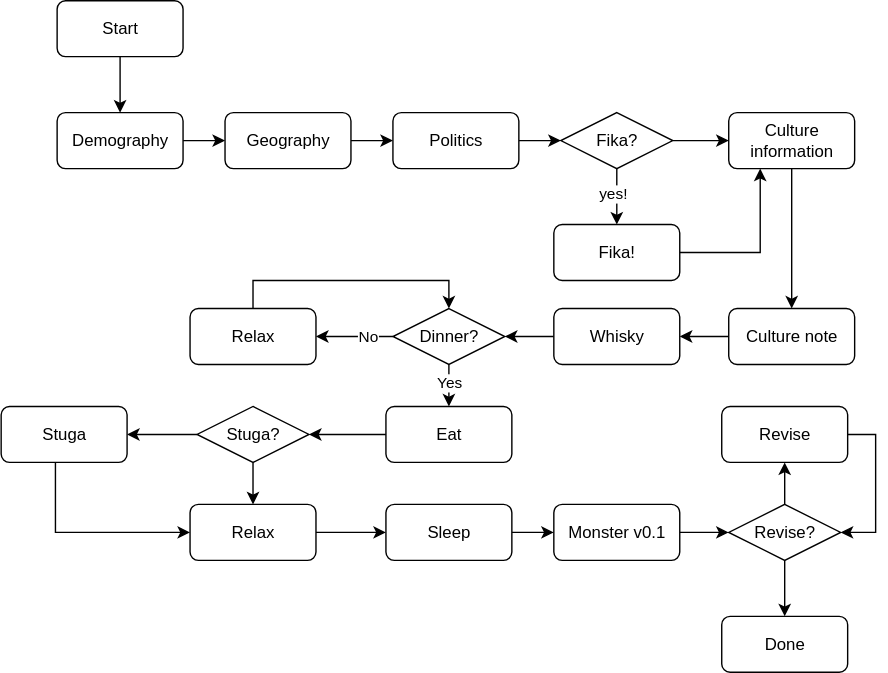
This is Scotland.drawio.svg from phraez/regina_flows, a draw.io export, as it was before one commit. Source tidied: cells renumbered, new cells last; positions are measured from the earlier drawing's top-left corner, leaving out a move shared by most shapes.
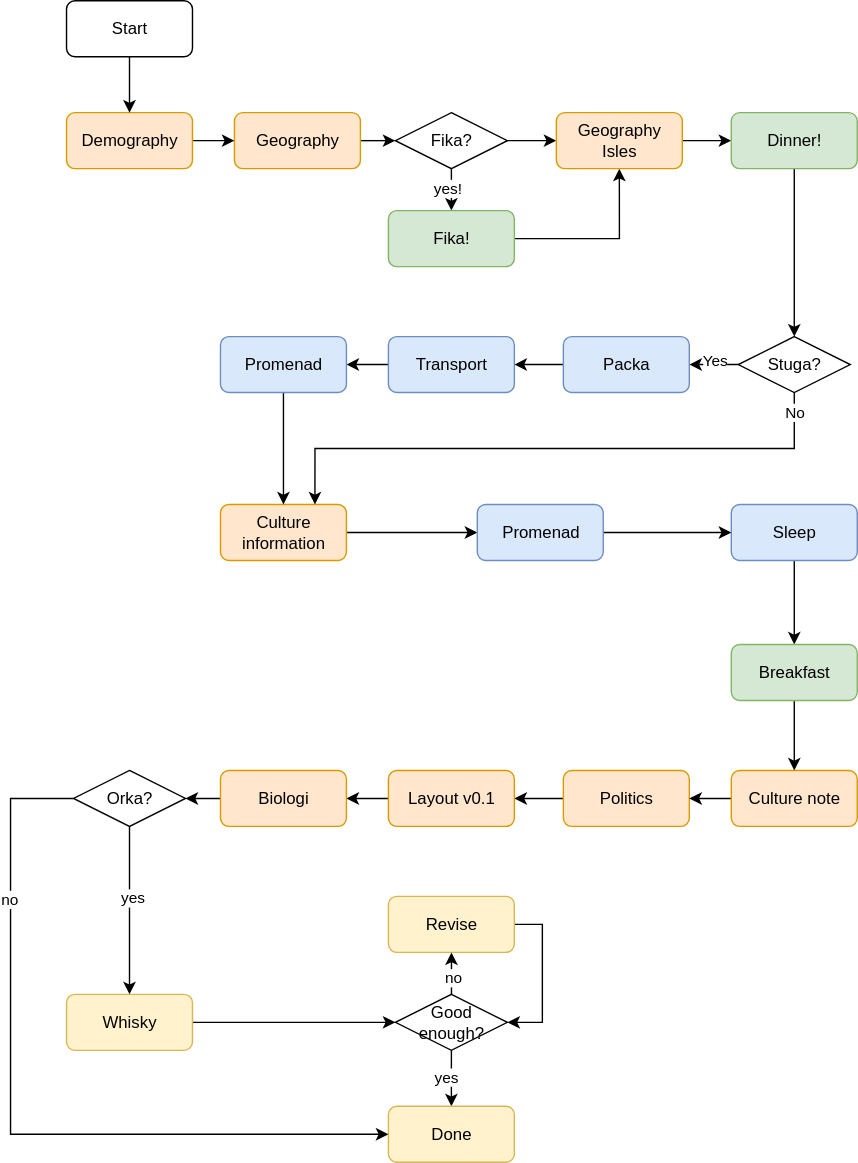
The same diagram one commit later.

What changed in the source:
```diff
@@ -2,35 +2,35 @@
   <root>
     <mxCell id="0" />
     <mxCell id="1" parent="0" />
-    <mxCell id="2" style="edgeStyle=orthogonalEdgeStyle;rounded=0;jettySize=auto;html=1;exitX=1;exitY=0.5;exitDx=0;exitDy=0;entryX=0;entryY=0.5;entryDx=0;entryDy=0;" parent="1" edge="1" source="3" target="7">
-      <mxGeometry relative="1" as="geometry" />
-    </mxCell>
+    <mxCell id="48" style="edgeStyle=orthogonalEdgeStyle;rounded=0;jettySize=auto;html=1;exitX=1;exitY=0.5;exitDx=0;exitDy=0;entryX=0;entryY=0.5;entryDx=0;entryDy=0;" parent="1" edge="1" source="3" target="30">
+      <mxGeometry relative="1" as="geometry" />
+    </mxCell>
-    <mxCell id="3" value="Geography" style="rounded=1;whiteSpace=wrap;html=1;" parent="1" vertex="1">
+    <mxCell id="3" value="Geography" style="rounded=1;whiteSpace=wrap;html=1;fillColor=#ffe6cc;strokeColor=#d79b00;" parent="1" vertex="1">
       <mxGeometry x="160" y="80" width="90" height="40" as="geometry" />
     </mxCell>
     <mxCell id="4" style="edgeStyle=orthogonalEdgeStyle;rounded=0;jettySize=auto;html=1;exitX=1;exitY=0.5;exitDx=0;exitDy=0;entryX=0;entryY=0.5;entryDx=0;entryDy=0;" parent="1" edge="1" source="5" target="3">
       <mxGeometry relative="1" as="geometry" />
     </mxCell>
-    <mxCell id="5" value="Demography" style="rounded=1;whiteSpace=wrap;html=1;" parent="1" vertex="1">
+    <mxCell id="5" value="Demography" style="rounded=1;whiteSpace=wrap;html=1;fillColor=#ffe6cc;strokeColor=#d79b00;" parent="1" vertex="1">
       <mxGeometry x="40" y="80" width="90" height="40" as="geometry" />
     </mxCell>
-    <mxCell id="6" style="edgeStyle=orthogonalEdgeStyle;rounded=0;jettySize=auto;html=1;entryX=0;entryY=0.5;entryDx=0;entryDy=0;" parent="1" edge="1" source="7" target="30">
-      <mxGeometry relative="1" as="geometry" />
-    </mxCell>
+    <mxCell id="49" style="edgeStyle=orthogonalEdgeStyle;rounded=0;jettySize=auto;html=1;" parent="1" edge="1" source="7" target="74">
+      <mxGeometry relative="1" as="geometry" />
+    </mxCell>
-    <mxCell id="7" value="Politics" style="rounded=1;whiteSpace=wrap;html=1;" parent="1" vertex="1">
-      <mxGeometry x="280" y="80" width="90" height="40" as="geometry" />
+    <mxCell id="7" value="Politics" style="rounded=1;whiteSpace=wrap;html=1;fillColor=#ffe6cc;strokeColor=#d79b00;" parent="1" vertex="1">
+      <mxGeometry x="395" y="550" width="90" height="40" as="geometry" />
     </mxCell>
-    <mxCell id="8" style="edgeStyle=orthogonalEdgeStyle;rounded=0;jettySize=auto;html=1;exitX=0.5;exitY=1;exitDx=0;exitDy=0;entryX=0.5;entryY=0;entryDx=0;entryDy=0;" parent="1" edge="1" source="9" target="11">
-      <mxGeometry relative="1" as="geometry" />
-    </mxCell>
+    <mxCell id="50" style="edgeStyle=orthogonalEdgeStyle;rounded=0;jettySize=auto;html=1;entryX=0;entryY=0.5;entryDx=0;entryDy=0;" parent="1" edge="1" source="9" target="70">
+      <mxGeometry relative="1" as="geometry" />
+    </mxCell>
-    <mxCell id="9" value="Culture information" style="rounded=1;whiteSpace=wrap;html=1;" parent="1" vertex="1">
-      <mxGeometry x="520" y="80" width="90" height="40" as="geometry" />
+    <mxCell id="9" value="Culture information" style="rounded=1;whiteSpace=wrap;html=1;fillColor=#ffe6cc;strokeColor=#d79b00;" parent="1" vertex="1">
+      <mxGeometry x="150" y="360" width="90" height="40" as="geometry" />
     </mxCell>
-    <mxCell id="10" style="edgeStyle=orthogonalEdgeStyle;rounded=0;jettySize=auto;html=1;entryX=1;entryY=0.5;entryDx=0;entryDy=0;" parent="1" edge="1" source="11" target="15">
-      <mxGeometry relative="1" as="geometry" />
-    </mxCell>
+    <mxCell id="51" style="edgeStyle=orthogonalEdgeStyle;rounded=0;jettySize=auto;html=1;entryX=1;entryY=0.5;entryDx=0;entryDy=0;" parent="1" edge="1" source="11" target="7">
+      <mxGeometry relative="1" as="geometry" />
+    </mxCell>
-    <mxCell id="11" value="Culture note" style="rounded=1;whiteSpace=wrap;html=1;" parent="1" vertex="1">
-      <mxGeometry x="520" y="220" width="90" height="40" as="geometry" />
+    <mxCell id="11" value="Culture note" style="rounded=1;whiteSpace=wrap;html=1;fillColor=#ffe6cc;strokeColor=#d79b00;" parent="1" vertex="1">
+      <mxGeometry x="515" y="550" width="90" height="40" as="geometry" />
     </mxCell>
     <mxCell id="12" style="edgeStyle=orthogonalEdgeStyle;rounded=0;jettySize=auto;html=1;" parent="1" edge="1" source="13" target="5">
       <mxGeometry relative="1" as="geometry" />
@@ -38,107 +38,153 @@
     <mxCell id="13" value="Start" style="rounded=1;whiteSpace=wrap;html=1;" parent="1" vertex="1">
       <mxGeometry x="40" width="90" height="40" as="geometry" />
     </mxCell>
-    <mxCell id="14" style="edgeStyle=orthogonalEdgeStyle;rounded=0;jettySize=auto;html=1;entryX=1;entryY=0.5;entryDx=0;entryDy=0;" parent="1" edge="1" source="15" target="40">
-      <mxGeometry relative="1" as="geometry" />
-    </mxCell>
+    <mxCell id="52" style="edgeStyle=orthogonalEdgeStyle;rounded=0;jettySize=auto;html=1;entryX=0;entryY=0.5;entryDx=0;entryDy=0;exitX=1;exitY=0.5;exitDx=0;exitDy=0;" parent="1" edge="1" source="15" target="35">
+      <mxGeometry relative="1" as="geometry" />
+    </mxCell>
-    <mxCell id="15" value="Whisky" style="rounded=1;whiteSpace=wrap;html=1;" parent="1" vertex="1">
-      <mxGeometry x="395" y="220" width="90" height="40" as="geometry" />
+    <mxCell id="15" value="Whisky" style="rounded=1;whiteSpace=wrap;html=1;fillColor=#fff2cc;strokeColor=#d6b656;" parent="1" vertex="1">
+      <mxGeometry x="40" y="710" width="90" height="40" as="geometry" />
     </mxCell>
-    <mxCell id="16" style="edgeStyle=orthogonalEdgeStyle;rounded=0;jettySize=auto;html=1;entryX=0;entryY=0.5;entryDx=0;entryDy=0;" parent="1" edge="1" source="17" target="35">
-      <mxGeometry relative="1" as="geometry" />
-    </mxCell>
-    <mxCell id="17" value="Monster v0.1" style="rounded=1;whiteSpace=wrap;html=1;" parent="1" vertex="1">
-      <mxGeometry x="395" y="360" width="90" height="40" as="geometry" />
-    </mxCell>
     <mxCell id="18" style="edgeStyle=orthogonalEdgeStyle;rounded=0;jettySize=auto;html=1;entryX=1;entryY=0.5;entryDx=0;entryDy=0;exitX=1;exitY=0.5;exitDx=0;exitDy=0;" parent="1" edge="1" source="19" target="35">
       <mxGeometry relative="1" as="geometry" />
     </mxCell>
-    <mxCell id="19" value="Revise" style="rounded=1;whiteSpace=wrap;html=1;" parent="1" vertex="1">
-      <mxGeometry x="515" y="290" width="90" height="40" as="geometry" />
+    <mxCell id="19" value="Revise" style="rounded=1;whiteSpace=wrap;html=1;fillColor=#fff2cc;strokeColor=#d6b656;" parent="1" vertex="1">
+      <mxGeometry x="270" y="640" width="90" height="40" as="geometry" />
     </mxCell>
-    <mxCell id="20" style="edgeStyle=orthogonalEdgeStyle;rounded=0;jettySize=auto;html=1;exitX=0;exitY=0.5;exitDx=0;exitDy=0;entryX=1;entryY=0.5;entryDx=0;entryDy=0;" parent="1" edge="1" source="22" target="42">
-      <mxGeometry relative="1" as="geometry" />
-    </mxCell>
-    <mxCell id="21" style="edgeStyle=orthogonalEdgeStyle;rounded=0;jettySize=auto;html=1;" parent="1" edge="1" source="22" target="46">
-      <mxGeometry relative="1" as="geometry" />
-    </mxCell>
+    <mxCell id="53" style="edgeStyle=orthogonalEdgeStyle;rounded=0;jettySize=auto;html=1;exitX=0;exitY=0.5;exitDx=0;exitDy=0;entryX=1;entryY=0.5;entryDx=0;entryDy=0;" parent="1" edge="1" source="22" target="63">
+      <mxGeometry relative="1" as="geometry" />
+    </mxCell>
+    <mxCell id="37" value="Yes" style="edgeLabel;html=1;align=center;verticalAlign=middle;" parent="53" vertex="1">
+      <mxGeometry x="0.02" y="-4" relative="1" as="geometry" />
+    </mxCell>
+    <mxCell id="54" style="edgeStyle=orthogonalEdgeStyle;rounded=0;jettySize=auto;html=1;entryX=0.75;entryY=0;entryDx=0;entryDy=0;" parent="1" edge="1" source="22" target="9">
+      <mxGeometry relative="1" as="geometry">
+        <Array as="points">
+          <mxPoint x="560" y="320" />
+          <mxPoint x="218" y="320" />
+        </Array>
+      </mxGeometry>
+    </mxCell>
+    <mxCell id="39" value="No" style="edgeLabel;html=1;align=center;verticalAlign=middle;" parent="54" vertex="1">
+      <mxGeometry x="-0.94" y="-1" relative="1" as="geometry" />
+    </mxCell>
     <mxCell id="22" value="Stuga?" style="rhombus;whiteSpace=wrap;html=1;" parent="1" vertex="1">
-      <mxGeometry x="140" y="290" width="80" height="40" as="geometry" />
+      <mxGeometry x="520" y="240" width="80" height="40" as="geometry" />
     </mxCell>
-    <mxCell id="23" style="edgeStyle=orthogonalEdgeStyle;rounded=0;jettySize=auto;html=1;entryX=0.5;entryY=0;entryDx=0;entryDy=0;exitX=0.5;exitY=0;exitDx=0;exitDy=0;" parent="1" edge="1" source="24" target="40">
-      <mxGeometry relative="1" as="geometry" />
-    </mxCell>
-    <mxCell id="24" value="Relax" style="rounded=1;whiteSpace=wrap;html=1;" parent="1" vertex="1">
-      <mxGeometry x="135" y="220" width="90" height="40" as="geometry" />
-    </mxCell>
-    <mxCell id="25" style="edgeStyle=orthogonalEdgeStyle;rounded=0;jettySize=auto;html=1;" parent="1" edge="1" source="26" target="22">
-      <mxGeometry relative="1" as="geometry" />
-    </mxCell>
-    <mxCell id="26" value="Eat" style="rounded=1;whiteSpace=wrap;html=1;" parent="1" vertex="1">
-      <mxGeometry x="275" y="290" width="90" height="40" as="geometry" />
-    </mxCell>
     <mxCell id="27" style="edgeStyle=orthogonalEdgeStyle;rounded=0;jettySize=auto;html=1;exitX=0.5;exitY=1;exitDx=0;exitDy=0;entryX=0.5;entryY=0;entryDx=0;entryDy=0;" parent="1" edge="1" source="30" target="32">
       <mxGeometry relative="1" as="geometry" />
     </mxCell>
     <mxCell id="28" value="yes!" style="edgeLabel;html=1;align=center;verticalAlign=middle;" parent="27" vertex="1">
       <mxGeometry x="-0.14" y="-4" relative="1" as="geometry" />
     </mxCell>
-    <mxCell id="29" style="edgeStyle=orthogonalEdgeStyle;rounded=0;jettySize=auto;html=1;entryX=0;entryY=0.5;entryDx=0;entryDy=0;" parent="1" edge="1" source="30" target="9">
-      <mxGeometry relative="1" as="geometry" />
-    </mxCell>
+    <mxCell id="55" style="edgeStyle=orthogonalEdgeStyle;rounded=0;jettySize=auto;html=1;entryX=0;entryY=0.5;entryDx=0;entryDy=0;" parent="1" edge="1" source="30" target="59">
+      <mxGeometry relative="1" as="geometry" />
+    </mxCell>
     <mxCell id="30" value="Fika?" style="rhombus;whiteSpace=wrap;html=1;" parent="1" vertex="1">
-      <mxGeometry x="400" y="80" width="80" height="40" as="geometry" />
+      <mxGeometry x="275" y="80" width="80" height="40" as="geometry" />
     </mxCell>
-    <mxCell id="31" style="edgeStyle=orthogonalEdgeStyle;rounded=0;jettySize=auto;html=1;entryX=0.25;entryY=1;entryDx=0;entryDy=0;" parent="1" edge="1" source="32" target="9">
+    <mxCell id="31" style="edgeStyle=orthogonalEdgeStyle;rounded=0;jettySize=auto;html=1;entryX=0.5;entryY=1;entryDx=0;entryDy=0;" parent="1" edge="1" source="32" target="59">
       <mxGeometry relative="1" as="geometry" />
     </mxCell>
-    <mxCell id="32" value="Fika!" style="rounded=1;whiteSpace=wrap;html=1;" parent="1" vertex="1">
-      <mxGeometry x="395" y="160" width="90" height="40" as="geometry" />
+    <mxCell id="32" value="Fika!" style="rounded=1;whiteSpace=wrap;html=1;fillColor=#d5e8d4;strokeColor=#82b366;" parent="1" vertex="1">
+      <mxGeometry x="270" y="150" width="90" height="40" as="geometry" />
     </mxCell>
     <mxCell id="33" style="edgeStyle=orthogonalEdgeStyle;rounded=0;jettySize=auto;html=1;entryX=0.5;entryY=0;entryDx=0;entryDy=0;" parent="1" edge="1" source="35" target="47">
       <mxGeometry relative="1" as="geometry" />
     </mxCell>
+    <mxCell id="56" value="yes" style="edgeLabel;html=1;align=center;verticalAlign=middle;" parent="33" vertex="1">
+      <mxGeometry x="-0.06" y="-5" relative="1" as="geometry" />
+    </mxCell>
     <mxCell id="34" style="edgeStyle=orthogonalEdgeStyle;rounded=0;jettySize=auto;html=1;" parent="1" edge="1" source="35" target="19">
       <mxGeometry relative="1" as="geometry" />
     </mxCell>
+    <mxCell id="57" value="no" style="edgeLabel;html=1;align=center;verticalAlign=middle;" parent="34" vertex="1">
+      <mxGeometry x="0.08" relative="1" as="geometry" />
+    </mxCell>
-    <mxCell id="35" value="Revise?" style="rhombus;whiteSpace=wrap;html=1;" parent="1" vertex="1">
-      <mxGeometry x="520" y="360" width="80" height="40" as="geometry" />
+    <mxCell id="35" value="Good enough?" style="rhombus;whiteSpace=wrap;html=1;" parent="1" vertex="1">
+      <mxGeometry x="275" y="710" width="80" height="40" as="geometry" />
     </mxCell>
-    <mxCell id="36" style="edgeStyle=orthogonalEdgeStyle;rounded=0;jettySize=auto;html=1;exitX=0.5;exitY=1;exitDx=0;exitDy=0;entryX=0.5;entryY=0;entryDx=0;entryDy=0;" parent="1" edge="1" source="40" target="26">
-      <mxGeometry relative="1" as="geometry" />
-    </mxCell>
-    <mxCell id="37" value="Yes" style="edgeLabel;html=1;align=center;verticalAlign=middle;" parent="36" vertex="1">
-      <mxGeometry x="-0.19" y="-1" relative="1" as="geometry" />
-    </mxCell>
-    <mxCell id="38" style="edgeStyle=orthogonalEdgeStyle;rounded=0;jettySize=auto;html=1;exitX=0;exitY=0.5;exitDx=0;exitDy=0;entryX=1;entryY=0.5;entryDx=0;entryDy=0;" parent="1" edge="1" source="40" target="24">
-      <mxGeometry relative="1" as="geometry" />
-    </mxCell>
-    <mxCell id="39" value="No" style="edgeLabel;html=1;align=center;verticalAlign=middle;" parent="38" vertex="1">
-      <mxGeometry x="-0.32" y="-1" relative="1" as="geometry" />
-    </mxCell>
-    <mxCell id="40" value="Dinner?" style="rhombus;whiteSpace=wrap;html=1;" parent="1" vertex="1">
-      <mxGeometry x="280" y="220" width="80" height="40" as="geometry" />
-    </mxCell>
-    <mxCell id="41" style="edgeStyle=orthogonalEdgeStyle;rounded=0;jettySize=auto;html=1;entryX=0;entryY=0.5;entryDx=0;entryDy=0;exitX=0.431;exitY=1;exitDx=0;exitDy=0;exitPerimeter=0;" parent="1" edge="1" source="42" target="46">
-      <mxGeometry relative="1" as="geometry" />
-    </mxCell>
-    <mxCell id="42" value="Stuga" style="rounded=1;whiteSpace=wrap;html=1;" parent="1" vertex="1">
-      <mxGeometry y="290" width="90" height="40" as="geometry" />
-    </mxCell>
-    <mxCell id="43" style="edgeStyle=orthogonalEdgeStyle;rounded=0;jettySize=auto;html=1;" parent="1" edge="1" source="44" target="17">
-      <mxGeometry relative="1" as="geometry" />
-    </mxCell>
+    <mxCell id="47" value="Done" style="rounded=1;whiteSpace=wrap;html=1;fillColor=#fff2cc;strokeColor=#d6b656;" parent="1" vertex="1">
+      <mxGeometry x="270" y="790" width="90" height="40" as="geometry" />
+    </mxCell>
+    <mxCell id="58" style="edgeStyle=orthogonalEdgeStyle;rounded=0;jettySize=auto;html=1;entryX=0;entryY=0.5;entryDx=0;entryDy=0;" parent="1" edge="1" source="59" target="61">
+      <mxGeometry relative="1" as="geometry" />
+    </mxCell>
+    <mxCell id="59" value="Geography&lt;div&gt;Isles&lt;/div&gt;" style="rounded=1;whiteSpace=wrap;html=1;fillColor=#ffe6cc;strokeColor=#d79b00;" parent="1" vertex="1">
+      <mxGeometry x="390" y="80" width="90" height="40" as="geometry" />
+    </mxCell>
+    <mxCell id="60" style="edgeStyle=orthogonalEdgeStyle;rounded=0;jettySize=auto;html=1;entryX=0.5;entryY=0;entryDx=0;entryDy=0;" parent="1" edge="1" source="61" target="22">
+      <mxGeometry relative="1" as="geometry" />
+    </mxCell>
+    <mxCell id="61" value="Dinner!" style="rounded=1;whiteSpace=wrap;html=1;fillColor=#d5e8d4;strokeColor=#82b366;" parent="1" vertex="1">
+      <mxGeometry x="515" y="80" width="90" height="40" as="geometry" />
+    </mxCell>
+    <mxCell id="62" style="edgeStyle=orthogonalEdgeStyle;rounded=0;jettySize=auto;html=1;" parent="1" edge="1" source="63" target="65">
+      <mxGeometry relative="1" as="geometry" />
+    </mxCell>
+    <mxCell id="63" value="Packa" style="rounded=1;whiteSpace=wrap;html=1;fillColor=#dae8fc;strokeColor=#6c8ebf;" parent="1" vertex="1">
+      <mxGeometry x="395" y="240" width="90" height="40" as="geometry" />
+    </mxCell>
+    <mxCell id="64" style="edgeStyle=orthogonalEdgeStyle;rounded=0;jettySize=auto;html=1;" parent="1" edge="1" source="65" target="67">
+      <mxGeometry relative="1" as="geometry" />
+    </mxCell>
+    <mxCell id="65" value="Transport" style="rounded=1;whiteSpace=wrap;html=1;fillColor=#dae8fc;strokeColor=#6c8ebf;" parent="1" vertex="1">
+      <mxGeometry x="270" y="240" width="90" height="40" as="geometry" />
+    </mxCell>
+    <mxCell id="66" style="edgeStyle=orthogonalEdgeStyle;rounded=0;jettySize=auto;html=1;" parent="1" edge="1" source="67" target="9">
+      <mxGeometry relative="1" as="geometry" />
+    </mxCell>
+    <mxCell id="67" value="Promenad" style="rounded=1;whiteSpace=wrap;html=1;fillColor=#dae8fc;strokeColor=#6c8ebf;" parent="1" vertex="1">
+      <mxGeometry x="150" y="240" width="90" height="40" as="geometry" />
+    </mxCell>
+    <mxCell id="68" style="edgeStyle=orthogonalEdgeStyle;rounded=0;jettySize=auto;html=1;" parent="1" edge="1" source="44" target="72">
+      <mxGeometry relative="1" as="geometry" />
+    </mxCell>
-    <mxCell id="44" value="Sleep" style="rounded=1;whiteSpace=wrap;html=1;" parent="1" vertex="1">
-      <mxGeometry x="275" y="360" width="90" height="40" as="geometry" />
+    <mxCell id="44" value="Sleep" style="rounded=1;whiteSpace=wrap;html=1;fillColor=#dae8fc;strokeColor=#6c8ebf;" parent="1" vertex="1">
+      <mxGeometry x="515" y="360" width="90" height="40" as="geometry" />
     </mxCell>
-    <mxCell id="45" style="edgeStyle=orthogonalEdgeStyle;rounded=0;jettySize=auto;html=1;entryX=0;entryY=0.5;entryDx=0;entryDy=0;" parent="1" edge="1" source="46" target="44">
-      <mxGeometry relative="1" as="geometry" />
-    </mxCell>
-    <mxCell id="46" value="Relax" style="rounded=1;whiteSpace=wrap;html=1;" parent="1" vertex="1">
-      <mxGeometry x="135" y="360" width="90" height="40" as="geometry" />
-    </mxCell>
-    <mxCell id="47" value="Done" style="rounded=1;whiteSpace=wrap;html=1;" parent="1" vertex="1">
-      <mxGeometry x="515" y="440" width="90" height="40" as="geometry" />
-    </mxCell>
+    <mxCell id="69" style="edgeStyle=orthogonalEdgeStyle;rounded=0;jettySize=auto;html=1;" parent="1" edge="1" source="70" target="44">
+      <mxGeometry relative="1" as="geometry" />
+    </mxCell>
+    <mxCell id="70" value="Promenad" style="rounded=1;whiteSpace=wrap;html=1;fillColor=#dae8fc;strokeColor=#6c8ebf;" parent="1" vertex="1">
+      <mxGeometry x="333.5" y="360" width="90" height="40" as="geometry" />
+    </mxCell>
+    <mxCell id="71" style="edgeStyle=orthogonalEdgeStyle;rounded=0;jettySize=auto;html=1;entryX=0.5;entryY=0;entryDx=0;entryDy=0;" parent="1" edge="1" source="72" target="11">
+      <mxGeometry relative="1" as="geometry" />
+    </mxCell>
+    <mxCell id="72" value="Breakfast" style="rounded=1;whiteSpace=wrap;html=1;fillColor=#d5e8d4;strokeColor=#82b366;" parent="1" vertex="1">
+      <mxGeometry x="515" y="460" width="90" height="40" as="geometry" />
+    </mxCell>
+    <mxCell id="73" style="edgeStyle=orthogonalEdgeStyle;rounded=0;jettySize=auto;html=1;" parent="1" edge="1" source="74" target="81">
+      <mxGeometry relative="1" as="geometry" />
+    </mxCell>
+    <mxCell id="74" value="Layout v0.1" style="rounded=1;whiteSpace=wrap;html=1;fillColor=#ffe6cc;strokeColor=#d79b00;" parent="1" vertex="1">
+      <mxGeometry x="270" y="550" width="90" height="40" as="geometry" />
+    </mxCell>
+    <mxCell id="75" style="edgeStyle=orthogonalEdgeStyle;rounded=0;jettySize=auto;html=1;" parent="1" edge="1" source="79" target="15">
+      <mxGeometry relative="1" as="geometry" />
+    </mxCell>
+    <mxCell id="76" value="yes" style="edgeLabel;html=1;align=center;verticalAlign=middle;" parent="75" vertex="1">
+      <mxGeometry x="-0.16" y="1" relative="1" as="geometry" />
+    </mxCell>
+    <mxCell id="77" style="edgeStyle=orthogonalEdgeStyle;rounded=0;jettySize=auto;html=1;entryX=0;entryY=0.5;entryDx=0;entryDy=0;" parent="1" edge="1" source="79" target="47">
+      <mxGeometry relative="1" as="geometry">
+        <Array as="points">
+          <mxPoint y="570" />
+          <mxPoint y="810" />
+        </Array>
+      </mxGeometry>
+    </mxCell>
+    <mxCell id="78" value="no" style="edgeLabel;html=1;align=center;verticalAlign=middle;" parent="77" vertex="1">
+      <mxGeometry x="-0.58" y="-2" relative="1" as="geometry" />
+    </mxCell>
+    <mxCell id="79" value="Orka?" style="rhombus;whiteSpace=wrap;html=1;" parent="1" vertex="1">
+      <mxGeometry x="45" y="550" width="80" height="40" as="geometry" />
+    </mxCell>
+    <mxCell id="80" style="edgeStyle=orthogonalEdgeStyle;rounded=0;jettySize=auto;html=1;entryX=1;entryY=0.5;entryDx=0;entryDy=0;" parent="1" edge="1" source="81" target="79">
+      <mxGeometry relative="1" as="geometry" />
+    </mxCell>
+    <mxCell id="81" value="Biologi" style="rounded=1;whiteSpace=wrap;html=1;fillColor=#ffe6cc;strokeColor=#d79b00;" parent="1" vertex="1">
+      <mxGeometry x="150" y="550" width="90" height="40" as="geometry" />
+    </mxCell>
   </root>
 </mxGraphModel>
```
